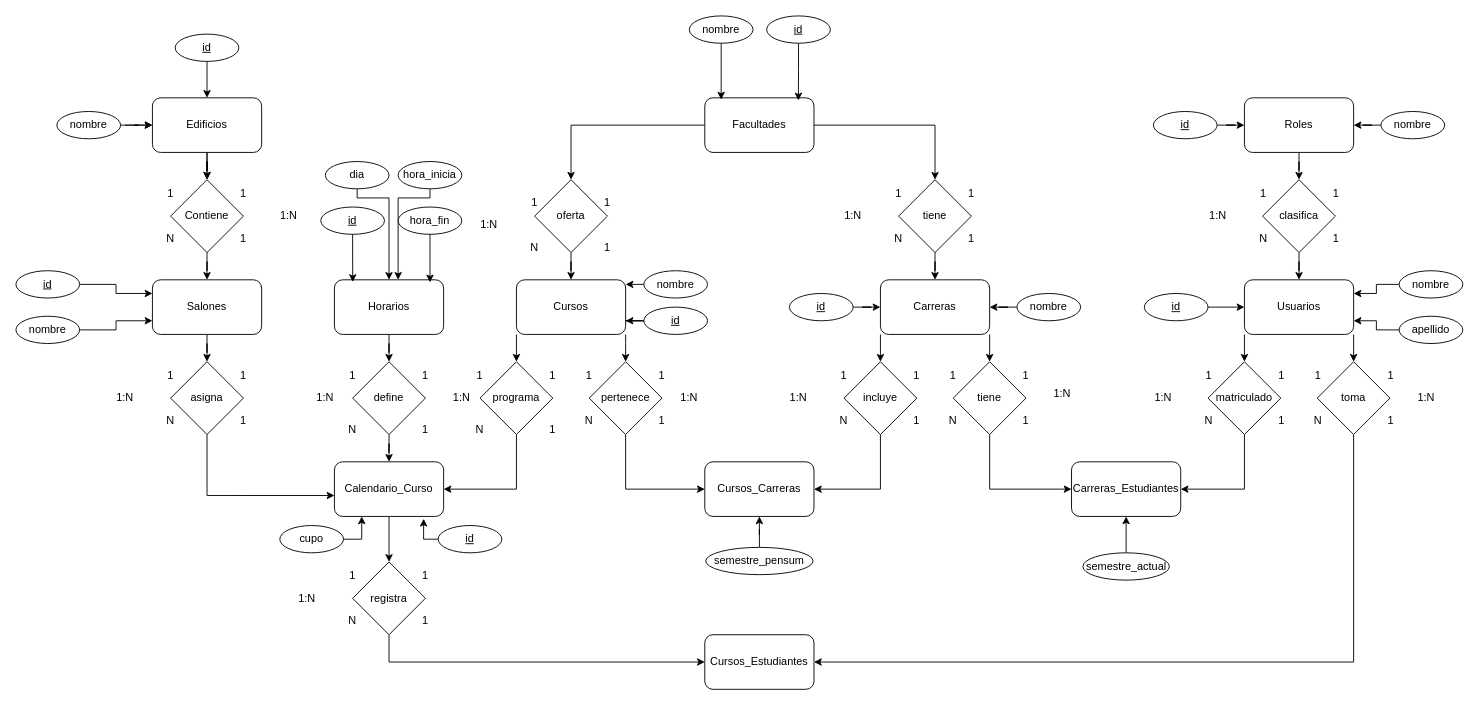
The draw.io diagram content/university/models/ERD/sistema_academico_universitario.drawio in Andres0023-U/sql-bdi-i-2026-i-Andres0023-U, before the edit. Source tidied: cells renumbered, new cells numbered last; positions are measured from the earlier drawing's top-left corner, leaving out a move shared by most shapes. Both pictures are drawn from the tidied source at 91%, with x=0, y=0 at pixel (15, 15).
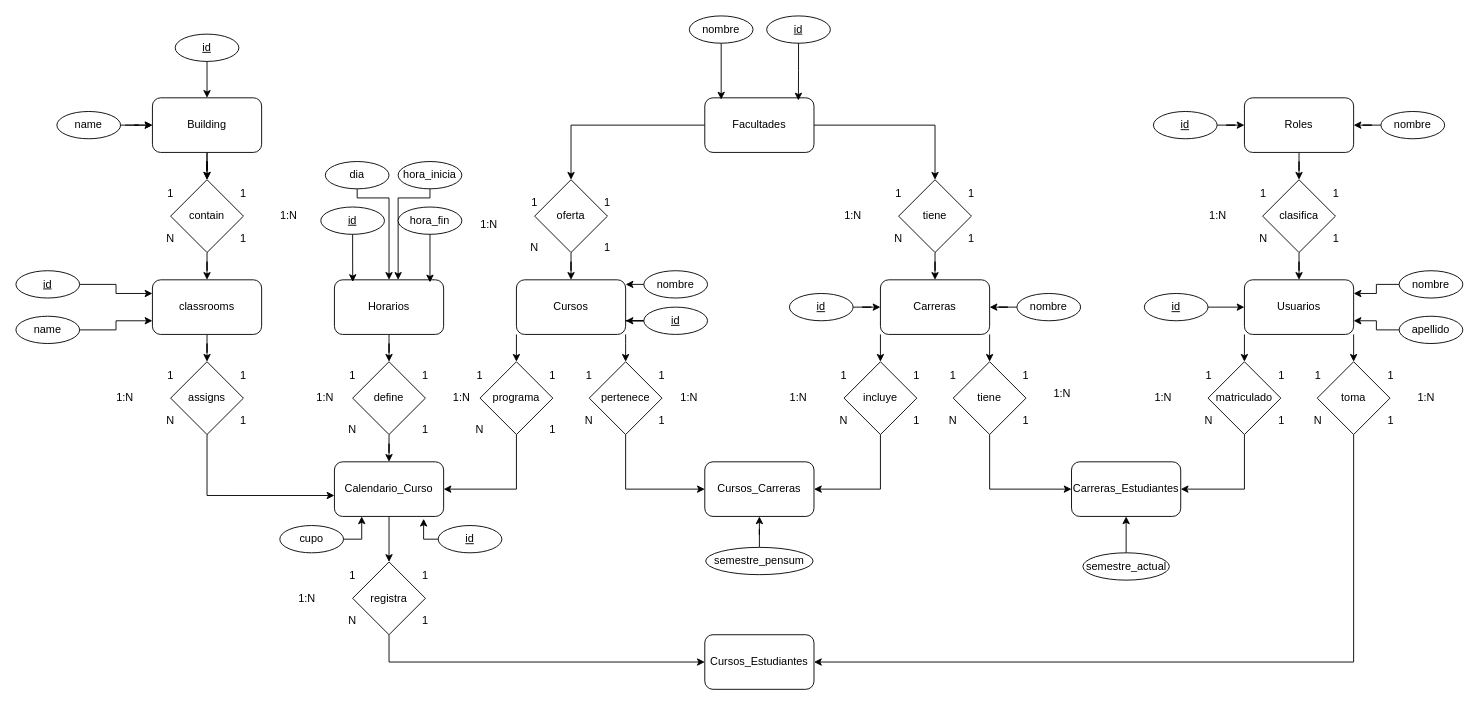
Above is the later version.

Commit message:
fix(models-ERM): set entities and attributes to singular, fix faculty spelling and translation

The edit, as a diff of the source:
```diff
@@
-    <mxCell id="4" value="Edificios" style="rounded=1;whiteSpace=wrap;html=1;" parent="1" vertex="1">
+    <mxCell id="4" value="Building" style="rounded=1;whiteSpace=wrap;html=1;" parent="1" vertex="1">
       <mxGeometry x="150" y="90" width="120" height="60" as="geometry" />
     </mxCell>
@@
-    <mxCell id="6" value="Salones" style="rounded=1;whiteSpace=wrap;html=1;" parent="1" vertex="1">
+    <mxCell id="6" value="classrooms" style="rounded=1;whiteSpace=wrap;html=1;" parent="1" vertex="1">
       <mxGeometry x="150" y="290" width="120" height="60" as="geometry" />
     </mxCell>
@@
-    <mxCell id="8" value="Contiene" style="rhombus;whiteSpace=wrap;html=1;" parent="1" vertex="1">
+    <mxCell id="8" value="contain" style="rhombus;whiteSpace=wrap;html=1;" parent="1" vertex="1">
       <mxGeometry x="170" y="180" width="80" height="80" as="geometry" />
     </mxCell>
@@
-    <mxCell id="11" value="asigna" style="rhombus;whiteSpace=wrap;html=1;" parent="1" vertex="1">
+    <mxCell id="11" value="assigns" style="rhombus;whiteSpace=wrap;html=1;" parent="1" vertex="1">
       <mxGeometry x="170" y="380" width="80" height="80" as="geometry" />
     </mxCell>
@@
-    <mxCell id="123" value="nombre" style="ellipse;whiteSpace=wrap;html=1;" parent="1" vertex="1">
+    <mxCell id="123" value="name" style="ellipse;whiteSpace=wrap;html=1;" parent="1" vertex="1">
       <mxGeometry x="45" y="105" width="70" height="30" as="geometry" />
     </mxCell>
@@
-    <mxCell id="127" value="nombre" style="ellipse;whiteSpace=wrap;html=1;" parent="1" vertex="1">
+    <mxCell id="127" value="name" style="ellipse;whiteSpace=wrap;html=1;" parent="1" vertex="1">
       <mxGeometry y="330" width="70" height="30" as="geometry" />
     </mxCell>
```
